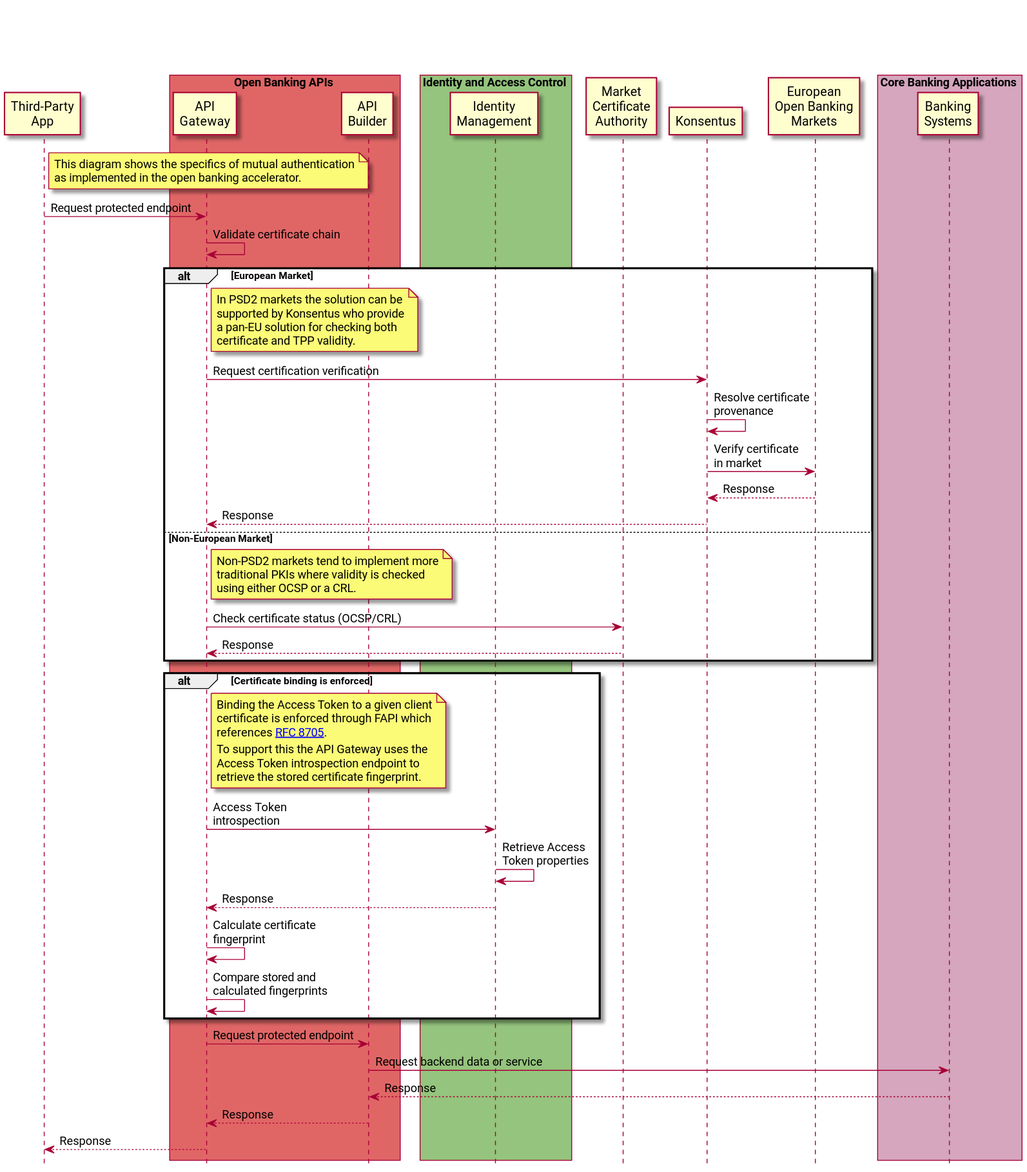
Before: static/Images/Mutual_Authentication_Sequence.svg, a diagram exported from PlantUML (Axway/open-banking-docs).
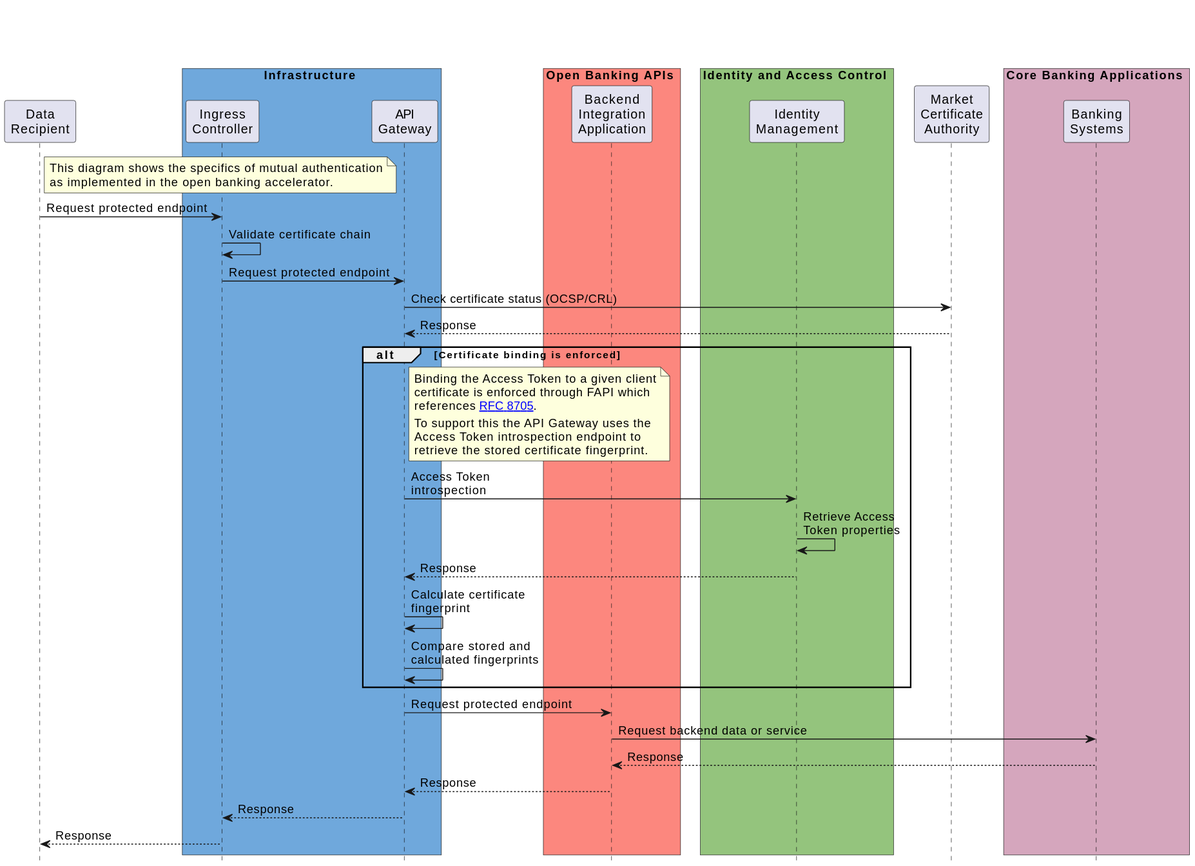
After the commit.

What changed in the source:
```diff
@@ -2,11 +2,15 @@
 
 title \n\n
 
-participant "Third-Party\nApp" as TPP
+participant "Data\nRecipient" as DR
 
-box Open Banking APIs #e06666
+box Infrastructure #6FA8DC
+participant "Ingress\nController" as INGRESS
 participant "API\nGateway" as API_GATEWAY
-participant "API\nBuilder" as API_BUILDER
+end box
+
+box Open Banking APIs #fc877e
+participant "Backend\nIntegration\nApplication" as BIA
 end box
 
 box Identity and Access Control #94c47d
@@ -14,51 +18,24 @@
 end box
 
 participant "Market\nCertificate\nAuthority" as CA
-participant "Konsentus" as KON
-participant "European\nOpen Banking\nMarkets" as EURO
 
 box Core Banking Applications #d5a6bd
 participant "Banking\nSystems" as ASPSP_API
 end box
 
 hide footbox
-skinparam defaultFontName Roboto
 skinparam BoxPadding 10
 
-note right of TPP
+note right of DR
 This diagram shows the specifics of mutual authentication
 as implemented in the open banking accelerator.
 end note
 
-TPP -> API_GATEWAY: Request protected endpoint
-API_GATEWAY -> API_GATEWAY: Validate certificate chain
-
-alt European Market
-
-note right of API_GATEWAY
-In PSD2 markets the solution can be
-supported by Konsentus who provide
-a pan-EU solution for checking both
-certificate and TPP validity.
-end note
-
-API_GATEWAY -> KON: Request certification verification
-KON -> KON: Resolve certificate\nprovenance
-KON -> EURO: Verify certificate\nin market
-KON <-- EURO: Response
-API_GATEWAY <-- KON: Response
-
-else Non-European Market
-
-note right of API_GATEWAY
-Non-PSD2 markets tend to implement more
-traditional PKIs where validity is checked
-using either OCSP or a CRL.
-end note
-
+DR -> INGRESS: Request protected endpoint
+INGRESS -> INGRESS: Validate certificate chain
+INGRESS -> API_GATEWAY: Request protected endpoint
 API_GATEWAY -> CA: Check certificate status (OCSP/CRL)
 API_GATEWAY <-- CA: Response
-end opt
 
 alt Certificate binding is enforced
 
@@ -79,10 +56,11 @@
 API_GATEWAY -> API_GATEWAY: Compare stored and\ncalculated fingerprints
 end alt
 
-API_GATEWAY -> API_BUILDER: Request protected endpoint
-API_BUILDER -> ASPSP_API: Request backend data or service
-API_BUILDER <-- ASPSP_API: Response
-API_GATEWAY <-- API_BUILDER: Response
-TPP <-- API_GATEWAY: Response
+API_GATEWAY -> BIA: Request protected endpoint
+BIA -> ASPSP_API: Request backend data or service
+BIA <-- ASPSP_API: Response
+API_GATEWAY <-- BIA: Response
+INGRESS <-- API_GATEWAY: Response
+DR <-- INGRESS: Response
 
 @enduml
```
